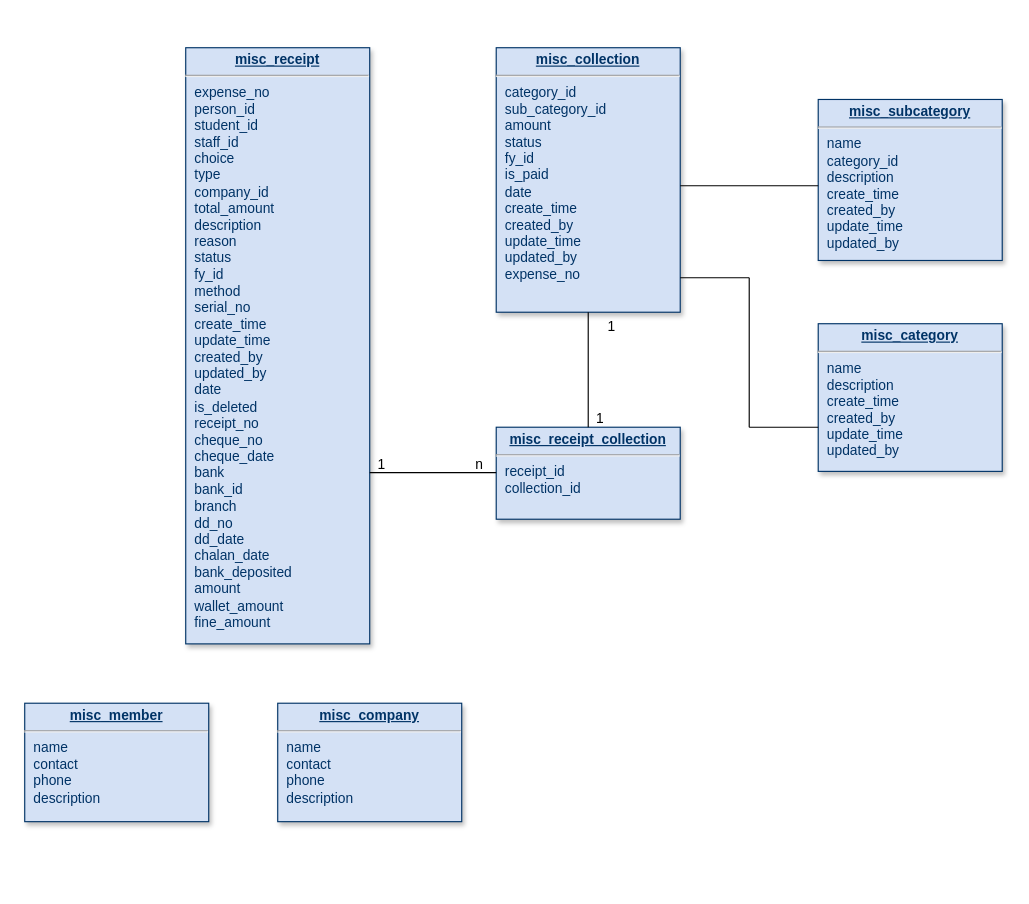
Above: miscellaneous.drawio in midhmanohar/drawio (draw.io), before the change. Source tidied: cells renumbered, new cells numbered last; positions are measured from the earlier drawing's top-left corner, leaving out a move shared by most shapes. Both pictures are drawn from the tidied source at 115%, with x=0, y=0 at pixel (24, 47).
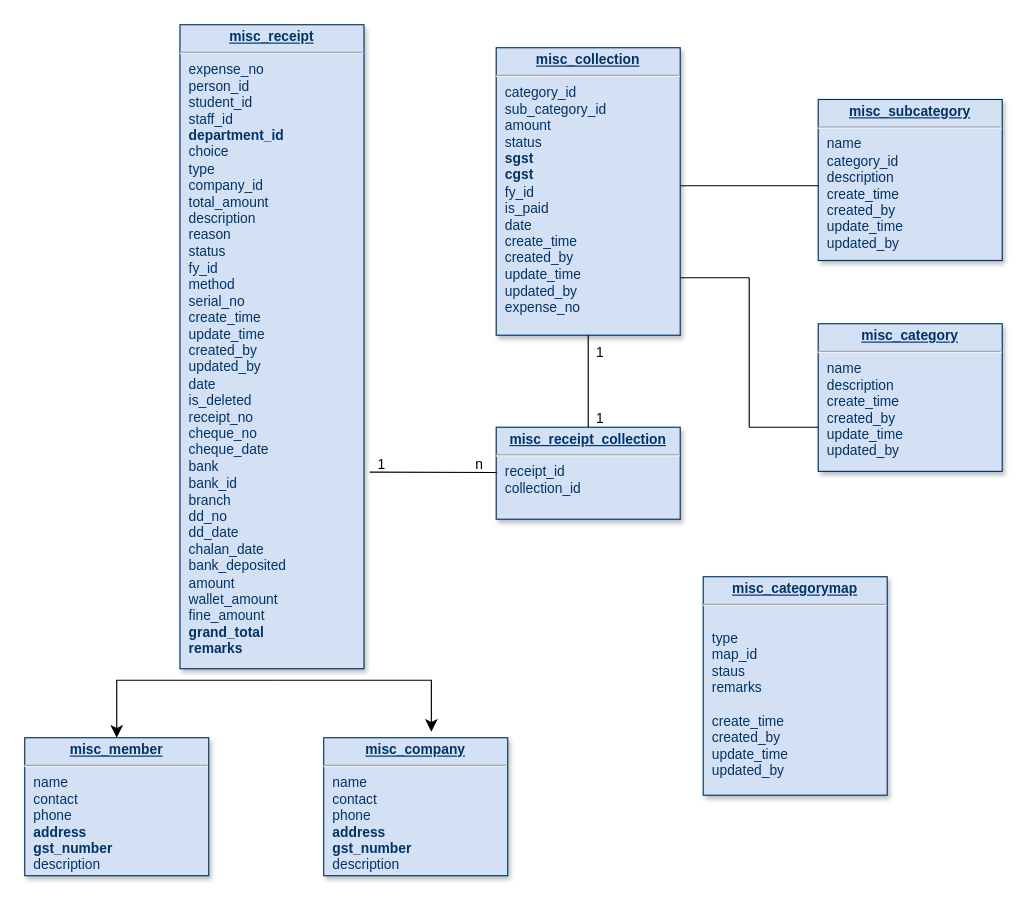
The same diagram, later.

Change to the diagram source:
```diff
@@
-    <mxCell id="2" value="&lt;p style=&quot;margin: 0px; margin-top: 4px; text-align: center; text-decoration: underline;&quot;&gt;&lt;b&gt;misc_collection&lt;/b&gt;&lt;/p&gt;&lt;hr&gt;&lt;p style=&quot;margin: 0px; margin-left: 8px;&quot;&gt;category_id&lt;/p&gt;&lt;p style=&quot;margin: 0px; margin-left: 8px;&quot;&gt;sub_category_id&lt;/p&gt;&lt;p style=&quot;margin: 0px; margin-left: 8px;&quot;&gt;amount&lt;/p&gt;&lt;p style=&quot;margin: 0px; margin-left: 8px;&quot;&gt;status&lt;/p&gt;&lt;p style=&quot;margin: 0px; margin-left: 8px;&quot;&gt;fy_id&lt;/p&gt;&lt;p style=&quot;margin: 0px; margin-left: 8px;&quot;&gt;is_paid&lt;/p&gt;&lt;p style=&quot;margin: 0px; margin-left: 8px;&quot;&gt;date&lt;/p&gt;&lt;p style=&quot;margin: 0px; margin-left: 8px;&quot;&gt;create_time&lt;/p&gt;&lt;p style=&quot;margin: 0px; margin-left: 8px;&quot;&gt;created_by&lt;/p&gt;&lt;p style=&quot;margin: 0px; margin-left: 8px;&quot;&gt;update_time&lt;/p&gt;&lt;p style=&quot;margin: 0px; margin-left: 8px;&quot;&gt;updated_by&lt;/p&gt;&lt;p style=&quot;margin: 0px; margin-left: 8px;&quot;&gt;expense_no&lt;/p&gt;" style="verticalAlign=top;align=left;overflow=fill;fontSize=12;fontFamily=Helvetica;html=1;strokeColor=#003366;shadow=1;fillColor=#D4E1F5;fontColor=#003366;" parent="1" vertex="1">
-      <mxGeometry x="410" width="160" height="230" as="geometry" />
+    <mxCell id="2" value="&lt;p style=&quot;margin: 0px; margin-top: 4px; text-align: center; text-decoration: underline;&quot;&gt;&lt;b&gt;misc_collection&lt;/b&gt;&lt;/p&gt;&lt;hr&gt;&lt;p style=&quot;margin: 0px; margin-left: 8px;&quot;&gt;category_id&lt;/p&gt;&lt;p style=&quot;margin: 0px; margin-left: 8px;&quot;&gt;sub_category_id&lt;/p&gt;&lt;p style=&quot;margin: 0px; margin-left: 8px;&quot;&gt;amount&lt;/p&gt;&lt;p style=&quot;margin: 0px; margin-left: 8px;&quot;&gt;status&lt;/p&gt;&lt;p style=&quot;margin: 0px 0px 0px 8px;&quot;&gt;&lt;b&gt;sgst&lt;/b&gt;&lt;/p&gt;&lt;p style=&quot;margin: 0px 0px 0px 8px;&quot;&gt;&lt;b&gt;cgst&lt;/b&gt;&lt;/p&gt;&lt;p style=&quot;margin: 0px; margin-left: 8px;&quot;&gt;fy_id&lt;/p&gt;&lt;p style=&quot;margin: 0px; margin-left: 8px;&quot;&gt;is_paid&lt;/p&gt;&lt;p style=&quot;margin: 0px; margin-left: 8px;&quot;&gt;date&lt;/p&gt;&lt;p style=&quot;margin: 0px; margin-left: 8px;&quot;&gt;create_time&lt;/p&gt;&lt;p style=&quot;margin: 0px; margin-left: 8px;&quot;&gt;created_by&lt;/p&gt;&lt;p style=&quot;margin: 0px; margin-left: 8px;&quot;&gt;update_time&lt;/p&gt;&lt;p style=&quot;margin: 0px; margin-left: 8px;&quot;&gt;updated_by&lt;/p&gt;&lt;p style=&quot;margin: 0px; margin-left: 8px;&quot;&gt;expense_no&lt;/p&gt;&lt;p style=&quot;margin: 0px; margin-left: 8px;&quot;&gt;&lt;br&gt;&lt;/p&gt;&lt;p style=&quot;margin: 0px; margin-left: 8px;&quot;&gt;&lt;br&gt;&lt;/p&gt;" style="verticalAlign=top;align=left;overflow=fill;fontSize=12;fontFamily=Helvetica;html=1;strokeColor=#003366;shadow=1;fillColor=#D4E1F5;fontColor=#003366;" parent="1" vertex="1">
+      <mxGeometry x="410" width="160" height="250" as="geometry" />
     </mxCell>
@@
-    <mxCell id="4" value="&lt;p style=&quot;margin: 0px; margin-top: 4px; text-align: center; text-decoration: underline;&quot;&gt;&lt;b&gt;misc_company&lt;/b&gt;&lt;/p&gt;&lt;hr&gt;&lt;p style=&quot;margin: 0px; margin-left: 8px;&quot;&gt;name&lt;/p&gt;&lt;p style=&quot;margin: 0px; margin-left: 8px;&quot;&gt;contact&lt;/p&gt;&lt;p style=&quot;margin: 0px; margin-left: 8px;&quot;&gt;phone&lt;/p&gt;&lt;p style=&quot;margin: 0px; margin-left: 8px;&quot;&gt;description&lt;/p&gt;" style="verticalAlign=top;align=left;overflow=fill;fontSize=12;fontFamily=Helvetica;html=1;strokeColor=#003366;shadow=1;fillColor=#D4E1F5;fontColor=#003366;" parent="1" vertex="1">
-      <mxGeometry x="220" y="570" width="160" height="103" as="geometry" />
+    <mxCell id="4" value="&lt;p style=&quot;margin: 0px; margin-top: 4px; text-align: center; text-decoration: underline;&quot;&gt;&lt;b&gt;misc_company&lt;/b&gt;&lt;/p&gt;&lt;hr&gt;&lt;p style=&quot;margin: 0px; margin-left: 8px;&quot;&gt;name&lt;/p&gt;&lt;p style=&quot;margin: 0px; margin-left: 8px;&quot;&gt;contact&lt;/p&gt;&lt;p style=&quot;margin: 0px; margin-left: 8px;&quot;&gt;phone&lt;/p&gt;&lt;p style=&quot;margin: 0px; margin-left: 8px;&quot;&gt;&lt;b&gt;address&lt;/b&gt;&lt;/p&gt;&lt;p style=&quot;margin: 0px; margin-left: 8px;&quot;&gt;&lt;b&gt;gst_number&lt;/b&gt;&lt;/p&gt;&lt;p style=&quot;margin: 0px; margin-left: 8px;&quot;&gt;description&lt;/p&gt;" style="verticalAlign=top;align=left;overflow=fill;fontSize=12;fontFamily=Helvetica;html=1;strokeColor=#003366;shadow=1;fillColor=#D4E1F5;fontColor=#003366;" parent="1" vertex="1">
+      <mxGeometry x="260" y="600" width="160" height="120" as="geometry" />
     </mxCell>
@@
-    <mxCell id="6" value="&lt;p style=&quot;margin: 0px; margin-top: 4px; text-align: center; text-decoration: underline;&quot;&gt;&lt;b&gt;misc_member&lt;/b&gt;&lt;/p&gt;&lt;hr&gt;&lt;p style=&quot;margin: 0px; margin-left: 8px;&quot;&gt;name&lt;/p&gt;&lt;p style=&quot;margin: 0px; margin-left: 8px;&quot;&gt;contact&lt;/p&gt;&lt;p style=&quot;margin: 0px; margin-left: 8px;&quot;&gt;phone&lt;/p&gt;&lt;p style=&quot;margin: 0px; margin-left: 8px;&quot;&gt;description&lt;/p&gt;&lt;p style=&quot;margin: 0px; margin-left: 8px;&quot;&gt;&lt;br&gt;&lt;/p&gt;" style="verticalAlign=top;align=left;overflow=fill;fontSize=12;fontFamily=Helvetica;html=1;strokeColor=#003366;shadow=1;fillColor=#D4E1F5;fontColor=#003366;" parent="1" vertex="1">
-      <mxGeometry y="570" width="160" height="103" as="geometry" />
+    <mxCell id="6" value="&lt;p style=&quot;margin: 0px; margin-top: 4px; text-align: center; text-decoration: underline;&quot;&gt;&lt;b&gt;misc_member&lt;/b&gt;&lt;/p&gt;&lt;hr&gt;&lt;p style=&quot;margin: 0px; margin-left: 8px;&quot;&gt;name&lt;/p&gt;&lt;p style=&quot;margin: 0px; margin-left: 8px;&quot;&gt;contact&lt;/p&gt;&lt;p style=&quot;margin: 0px; margin-left: 8px;&quot;&gt;phone&lt;/p&gt;&lt;p style=&quot;margin: 0px; margin-left: 8px;&quot;&gt;&lt;b&gt;address&lt;/b&gt;&lt;/p&gt;&lt;p style=&quot;margin: 0px; margin-left: 8px;&quot;&gt;&lt;b&gt;gst_number&lt;/b&gt;&lt;/p&gt;&lt;p style=&quot;margin: 0px; margin-left: 8px;&quot;&gt;description&lt;/p&gt;&lt;p style=&quot;margin: 0px; margin-left: 8px;&quot;&gt;&lt;br&gt;&lt;/p&gt;" style="verticalAlign=top;align=left;overflow=fill;fontSize=12;fontFamily=Helvetica;html=1;strokeColor=#003366;shadow=1;fillColor=#D4E1F5;fontColor=#003366;" parent="1" vertex="1">
+      <mxGeometry y="600" width="160" height="120" as="geometry" />
     </mxCell>
-    <mxCell id="7" value="&lt;p style=&quot;margin: 0px; margin-top: 4px; text-align: center; text-decoration: underline;&quot;&gt;&lt;b&gt;misc_receipt&lt;/b&gt;&lt;/p&gt;&lt;hr&gt;&lt;p style=&quot;margin: 0px; margin-left: 8px;&quot;&gt;expense_no&lt;/p&gt;&lt;p style=&quot;margin: 0px; margin-left: 8px;&quot;&gt;person_id&lt;/p&gt;&lt;p style=&quot;margin: 0px; margin-left: 8px;&quot;&gt;student_id&lt;/p&gt;&lt;p style=&quot;margin: 0px; margin-left: 8px;&quot;&gt;staff_id&lt;/p&gt;&lt;p style=&quot;margin: 0px; margin-left: 8px;&quot;&gt;choice&lt;/p&gt;&lt;p style=&quot;margin: 0px; margin-left: 8px;&quot;&gt;type&lt;/p&gt;&lt;p style=&quot;margin: 0px; margin-left: 8px;&quot;&gt;company_id&lt;/p&gt;&lt;p style=&quot;margin: 0px; margin-left: 8px;&quot;&gt;total_amount&lt;/p&gt;&lt;p style=&quot;margin: 0px; margin-left: 8px;&quot;&gt;description&lt;/p&gt;&lt;p style=&quot;margin: 0px; margin-left: 8px;&quot;&gt;reason&lt;/p&gt;&lt;p style=&quot;margin: 0px; margin-left: 8px;&quot;&gt;status&lt;/p&gt;&lt;p style=&quot;margin: 0px; margin-left: 8px;&quot;&gt;fy_id&lt;/p&gt;&lt;p style=&quot;margin: 0px; margin-left: 8px;&quot;&gt;method&lt;/p&gt;&lt;p style=&quot;margin: 0px; margin-left: 8px;&quot;&gt;serial_no&lt;/p&gt;&lt;p style=&quot;margin: 0px; margin-left: 8px;&quot;&gt;create_time&lt;/p&gt;&lt;p style=&quot;margin: 0px; margin-left: 8px;&quot;&gt;update_time&lt;/p&gt;&lt;p style=&quot;margin: 0px; margin-left: 8px;&quot;&gt;created_by&lt;/p&gt;&lt;p style=&quot;margin: 0px; margin-left: 8px;&quot;&gt;updated_by&lt;/p&gt;&lt;p style=&quot;margin: 0px; margin-left: 8px;&quot;&gt;date&lt;/p&gt;&lt;p style=&quot;margin: 0px; margin-left: 8px;&quot;&gt;is_deleted&lt;/p&gt;&lt;p style=&quot;margin: 0px; margin-left: 8px;&quot;&gt;receipt_no&lt;/p&gt;&lt;p style=&quot;margin: 0px; margin-left: 8px;&quot;&gt;cheque_no&lt;/p&gt;&lt;p style=&quot;margin: 0px; margin-left: 8px;&quot;&gt;cheque_date&lt;/p&gt;&lt;p style=&quot;margin: 0px; margin-left: 8px;&quot;&gt;bank&lt;/p&gt;&lt;p style=&quot;margin: 0px; margin-left: 8px;&quot;&gt;bank_id&lt;/p&gt;&lt;p style=&quot;margin: 0px; margin-left: 8px;&quot;&gt;branch&lt;/p&gt;&lt;p style=&quot;margin: 0px; margin-left: 8px;&quot;&gt;dd_no&lt;/p&gt;&lt;p style=&quot;margin: 0px; margin-left: 8px;&quot;&gt;dd_date&lt;/p&gt;&lt;p style=&quot;margin: 0px; margin-left: 8px;&quot;&gt;chalan_date&lt;/p&gt;&lt;p style=&quot;margin: 0px; margin-left: 8px;&quot;&gt;bank_deposited&lt;/p&gt;&lt;p style=&quot;margin: 0px; margin-left: 8px;&quot;&gt;amount&lt;/p&gt;&lt;p style=&quot;margin: 0px; margin-left: 8px;&quot;&gt;wallet_amount&lt;/p&gt;&lt;p style=&quot;margin: 0px; margin-left: 8px;&quot;&gt;fine_amount&lt;/p&gt;&lt;p style=&quot;margin: 0px; margin-left: 8px;&quot;&gt;&lt;br&gt;&lt;/p&gt;" style="verticalAlign=top;align=left;overflow=fill;fontSize=12;fontFamily=Helvetica;html=1;strokeColor=#003366;shadow=1;fillColor=#D4E1F5;fontColor=#003366;" parent="1" vertex="1">
-      <mxGeometry x="140" width="160" height="518.4" as="geometry" />
+    <mxCell id="7" value="&lt;p style=&quot;margin: 0px; margin-top: 4px; text-align: center; text-decoration: underline;&quot;&gt;&lt;b&gt;misc_receipt&lt;/b&gt;&lt;/p&gt;&lt;hr&gt;&lt;p style=&quot;margin: 0px; margin-left: 8px;&quot;&gt;expense_no&lt;/p&gt;&lt;p style=&quot;margin: 0px; margin-left: 8px;&quot;&gt;person_id&lt;/p&gt;&lt;p style=&quot;margin: 0px; margin-left: 8px;&quot;&gt;student_id&lt;/p&gt;&lt;p style=&quot;margin: 0px; margin-left: 8px;&quot;&gt;staff_id&lt;/p&gt;&lt;p style=&quot;margin: 0px; margin-left: 8px;&quot;&gt;&lt;b&gt;department_id&lt;/b&gt;&lt;/p&gt;&lt;p style=&quot;margin: 0px; margin-left: 8px;&quot;&gt;choice&lt;/p&gt;&lt;p style=&quot;margin: 0px; margin-left: 8px;&quot;&gt;type&lt;/p&gt;&lt;p style=&quot;margin: 0px; margin-left: 8px;&quot;&gt;company_id&lt;/p&gt;&lt;p style=&quot;margin: 0px; margin-left: 8px;&quot;&gt;total_amount&lt;/p&gt;&lt;p style=&quot;margin: 0px; margin-left: 8px;&quot;&gt;description&lt;/p&gt;&lt;p style=&quot;margin: 0px; margin-left: 8px;&quot;&gt;reason&lt;/p&gt;&lt;p style=&quot;margin: 0px; margin-left: 8px;&quot;&gt;status&lt;/p&gt;&lt;p style=&quot;margin: 0px; margin-left: 8px;&quot;&gt;fy_id&lt;/p&gt;&lt;p style=&quot;margin: 0px; margin-left: 8px;&quot;&gt;method&lt;/p&gt;&lt;p style=&quot;margin: 0px; margin-left: 8px;&quot;&gt;serial_no&lt;/p&gt;&lt;p style=&quot;margin: 0px; margin-left: 8px;&quot;&gt;create_time&lt;/p&gt;&lt;p style=&quot;margin: 0px; margin-left: 8px;&quot;&gt;update_time&lt;/p&gt;&lt;p style=&quot;margin: 0px; margin-left: 8px;&quot;&gt;created_by&lt;/p&gt;&lt;p style=&quot;margin: 0px; margin-left: 8px;&quot;&gt;updated_by&lt;/p&gt;&lt;p style=&quot;margin: 0px; margin-left: 8px;&quot;&gt;date&lt;/p&gt;&lt;p style=&quot;margin: 0px; margin-left: 8px;&quot;&gt;is_deleted&lt;/p&gt;&lt;p style=&quot;margin: 0px; margin-left: 8px;&quot;&gt;receipt_no&lt;/p&gt;&lt;p style=&quot;margin: 0px; margin-left: 8px;&quot;&gt;cheque_no&lt;/p&gt;&lt;p style=&quot;margin: 0px; margin-left: 8px;&quot;&gt;cheque_date&lt;/p&gt;&lt;p style=&quot;margin: 0px; margin-left: 8px;&quot;&gt;bank&lt;/p&gt;&lt;p style=&quot;margin: 0px; margin-left: 8px;&quot;&gt;bank_id&lt;/p&gt;&lt;p style=&quot;margin: 0px; margin-left: 8px;&quot;&gt;branch&lt;/p&gt;&lt;p style=&quot;margin: 0px; margin-left: 8px;&quot;&gt;dd_no&lt;/p&gt;&lt;p style=&quot;margin: 0px; margin-left: 8px;&quot;&gt;dd_date&lt;/p&gt;&lt;p style=&quot;margin: 0px; margin-left: 8px;&quot;&gt;chalan_date&lt;/p&gt;&lt;p style=&quot;margin: 0px; margin-left: 8px;&quot;&gt;bank_deposited&lt;/p&gt;&lt;p style=&quot;margin: 0px; margin-left: 8px;&quot;&gt;amount&lt;/p&gt;&lt;p style=&quot;margin: 0px; margin-left: 8px;&quot;&gt;wallet_amount&lt;/p&gt;&lt;p style=&quot;margin: 0px; margin-left: 8px;&quot;&gt;fine_amount&lt;/p&gt;&lt;p style=&quot;margin: 0px; margin-left: 8px;&quot;&gt;&lt;b&gt;grand_total&lt;/b&gt;&lt;/p&gt;&lt;p style=&quot;margin: 0px; margin-left: 8px;&quot;&gt;&lt;b&gt;remarks&lt;/b&gt;&lt;/p&gt;&lt;p style=&quot;margin: 0px; margin-left: 8px;&quot;&gt;&lt;br&gt;&lt;/p&gt;&lt;p style=&quot;margin: 0px; margin-left: 8px;&quot;&gt;&lt;br&gt;&lt;/p&gt;&lt;p style=&quot;margin: 0px; margin-left: 8px;&quot;&gt;&lt;br&gt;&lt;/p&gt;" style="verticalAlign=top;align=left;overflow=fill;fontSize=12;fontFamily=Helvetica;html=1;strokeColor=#003366;shadow=1;fillColor=#D4E1F5;fontColor=#003366;" parent="1" vertex="1">
+      <mxGeometry x="135" y="-20" width="160" height="560" as="geometry" />
     </mxCell>
@@
     <mxCell id="10" value="1" style="text;html=1;align=center;verticalAlign=middle;strokeColor=none;fillColor=none;" parent="1" vertex="1">
-      <mxGeometry x="495" y="228" width="30" height="30" as="geometry" />
+      <mxGeometry x="485" y="250" width="30" height="30" as="geometry" />
     </mxCell>
@@
     <mxCell id="12" style="endArrow=none;html=1;rounded=0;" parent="1" edge="1">
       <mxGeometry relative="1" as="geometry">
-        <mxPoint x="300" y="369.5" as="sourcePoint" />
-        <mxPoint x="410" y="369.5" as="targetPoint" />
+        <mxPoint x="300" y="369" as="sourcePoint" />
+        <mxPoint x="410.4" y="369.4" as="targetPoint" />
       </mxGeometry>
     </mxCell>
@@
+    <mxCell id="19" style="edgeStyle=segmentEdgeStyle;endArrow=classic;html=1;curved=0;rounded=0;endSize=8;startSize=8;entryX=0.5;entryY=0;entryDx=0;entryDy=0;" parent="1" edge="1" target="6">
+      <mxGeometry relative="1" as="geometry">
+        <mxPoint x="210" y="550" as="sourcePoint" />
+        <Array as="points">
+          <mxPoint x="220" y="550" />
+          <mxPoint x="80" y="550" />
+        </Array>
+      </mxGeometry>
+    </mxCell>
+    <mxCell id="20" style="edgeStyle=segmentEdgeStyle;endArrow=classic;html=1;curved=0;rounded=0;endSize=8;startSize=8;entryX=0.585;entryY=-0.043;entryDx=0;entryDy=0;entryPerimeter=0;" parent="1" edge="1" target="4">
+      <mxGeometry relative="1" as="geometry">
+        <mxPoint x="220" y="550" as="sourcePoint" />
+      </mxGeometry>
+    </mxCell>
+    <mxCell id="21" value="&lt;p style=&quot;margin: 0px; margin-top: 4px; text-align: center; text-decoration: underline;&quot;&gt;&lt;b&gt;misc_categorymap&lt;/b&gt;&lt;/p&gt;&lt;hr&gt;&lt;p style=&quot;margin: 0px; margin-left: 8px;&quot;&gt;&lt;br&gt;&lt;/p&gt;&lt;p style=&quot;margin: 0px; margin-left: 8px;&quot;&gt;type&lt;/p&gt;&lt;p style=&quot;margin: 0px; margin-left: 8px;&quot;&gt;map_id&lt;/p&gt;&lt;p style=&quot;margin: 0px; margin-left: 8px;&quot;&gt;staus&lt;/p&gt;&lt;p style=&quot;margin: 0px; margin-left: 8px;&quot;&gt;remarks&lt;/p&gt;&lt;p style=&quot;margin: 0px; margin-left: 8px;&quot;&gt;&lt;br&gt;&lt;/p&gt;&lt;p style=&quot;margin: 0px; margin-left: 8px;&quot;&gt;create_time&lt;/p&gt;&lt;p style=&quot;margin: 0px; margin-left: 8px;&quot;&gt;created_by&lt;/p&gt;&lt;p style=&quot;margin: 0px; margin-left: 8px;&quot;&gt;update_time&lt;/p&gt;&lt;p style=&quot;margin: 0px; margin-left: 8px;&quot;&gt;updated_by&lt;/p&gt;&lt;p style=&quot;margin: 0px; margin-left: 8px;&quot;&gt;&lt;br&gt;&lt;/p&gt;" style="verticalAlign=top;align=left;overflow=fill;fontSize=12;fontFamily=Helvetica;html=1;strokeColor=#003366;shadow=1;fillColor=#D4E1F5;fontColor=#003366;" parent="1" vertex="1">
+      <mxGeometry x="590" y="460" width="160" height="190" as="geometry" />
+    </mxCell>
```
